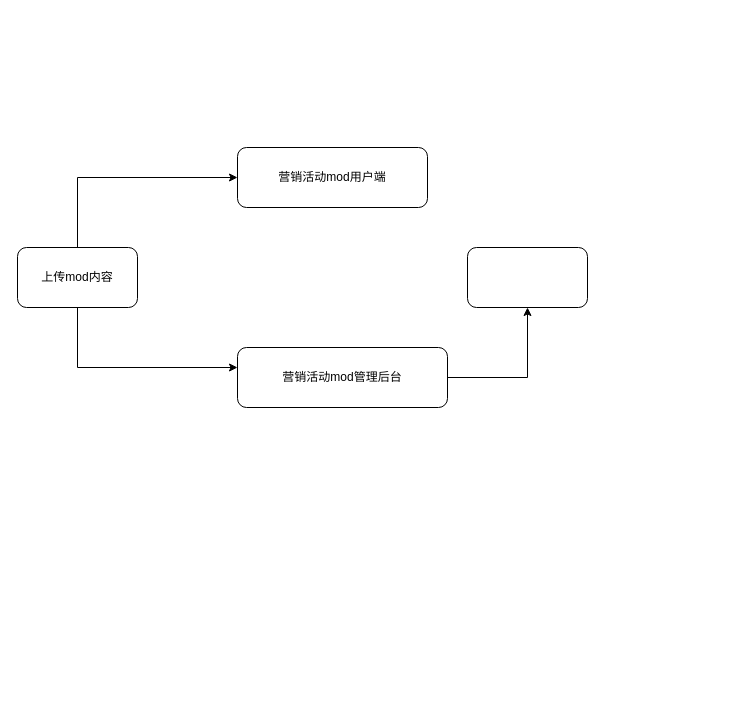
Earlier version of the draw.io diagram Untitled Diagram.drawio (osangel/check_value). Source tidied: cells renumbered, new cells numbered last; positions are measured from the earlier drawing's top-left corner, leaving out a move shared by most shapes. Both pictures are drawn from the tidied source at 100%, with x=0, y=0 at pixel (17, 147).
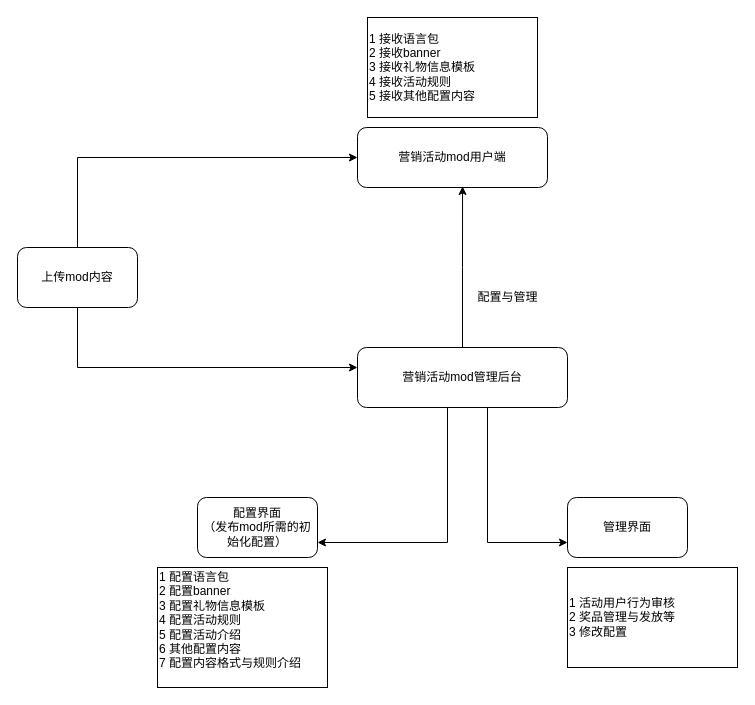
The same page after the edit.

Unchanged cells that the change refers to:
```xml
<mxCell id="4" value="上传mod内容" style="rounded=1;whiteSpace=wrap;html=1;" parent="1" vertex="1">
  <mxGeometry y="100" width="120" height="60" as="geometry" />
</mxCell>
```

Diff of the diagram source:
```diff
@@
     <mxCell id="3" style="edgeStyle=orthogonalEdgeStyle;rounded=0;jettySize=auto;html=1;entryX=0;entryY=0.5;entryDx=0;entryDy=0;" parent="1" edge="1" source="4" target="8">
       <mxGeometry relative="1" as="geometry">
         <Array as="points">
-          <mxPoint x="60" y="30" />
+          <mxPoint x="60" y="10" />
         </Array>
       </mxGeometry>
     </mxCell>
@@
-    <mxCell id="5" style="edgeStyle=orthogonalEdgeStyle;rounded=0;jettySize=auto;html=1;" parent="1" edge="1" source="6" target="7">
-      <mxGeometry relative="1" as="geometry" />
-    </mxCell>
+    <mxCell id="9" style="edgeStyle=orthogonalEdgeStyle;rounded=0;jettySize=auto;html=1;entryX=0.553;entryY=0.983;entryDx=0;entryDy=0;entryPerimeter=0;" parent="1" edge="1" source="6" target="8">
+      <mxGeometry relative="1" as="geometry" />
+    </mxCell>
+    <mxCell id="10" style="edgeStyle=orthogonalEdgeStyle;rounded=0;jettySize=auto;html=1;entryX=0;entryY=0.75;entryDx=0;entryDy=0;" parent="1" edge="1" source="6" target="16">
+      <mxGeometry relative="1" as="geometry">
+        <Array as="points">
+          <mxPoint x="470" y="395" />
+        </Array>
+      </mxGeometry>
+    </mxCell>
+    <mxCell id="11" style="edgeStyle=orthogonalEdgeStyle;rounded=0;jettySize=auto;html=1;entryX=1;entryY=0.75;entryDx=0;entryDy=0;" parent="1" edge="1" source="6" target="15">
+      <mxGeometry relative="1" as="geometry">
+        <Array as="points">
+          <mxPoint x="430" y="395" />
+        </Array>
+      </mxGeometry>
+    </mxCell>
     <mxCell id="6" value="营销活动mod管理后台" style="rounded=1;whiteSpace=wrap;html=1;" parent="1" vertex="1">
-      <mxGeometry x="220" y="200" width="210" height="60" as="geometry" />
+      <mxGeometry x="340" y="200" width="210" height="60" as="geometry" />
     </mxCell>
-    <mxCell id="7" style="rounded=1;whiteSpace=wrap;html=1;" parent="1" vertex="1">
-      <mxGeometry x="450" y="100" width="120" height="60" as="geometry" />
-    </mxCell>
     <mxCell id="8" value="营销活动mod用户端" style="rounded=1;whiteSpace=wrap;html=1;" parent="1" vertex="1">
-      <mxGeometry x="220" width="190" height="60" as="geometry" />
+      <mxGeometry x="340" y="-20" width="190" height="60" as="geometry" />
     </mxCell>
+    <mxCell id="12" value="配置与管理" style="text;html=1;align=center;verticalAlign=middle;" parent="1" vertex="1">
+      <mxGeometry x="450" y="140" width="80" height="20" as="geometry" />
+    </mxCell>
+    <mxCell id="13" value="1 接收语言包&lt;br&gt;&lt;div&gt;&lt;span&gt;2 接收banner&lt;/span&gt;&lt;/div&gt;&lt;div&gt;&lt;span&gt;3 接收礼物信息模板&lt;/span&gt;&lt;/div&gt;&lt;div&gt;&lt;span&gt;4 接收活动规则&lt;/span&gt;&lt;/div&gt;&lt;div&gt;&lt;span&gt;5 接收其他配置内容&lt;/span&gt;&lt;/div&gt;" style="rounded=0;whiteSpace=wrap;html=1;align=left;" parent="1" vertex="1">
+      <mxGeometry x="350" y="-130" width="170" height="100" as="geometry" />
+    </mxCell>
+    <mxCell id="14" value="1 配置语言包&lt;br&gt;&lt;div&gt;&lt;span&gt;2 配置banner&lt;/span&gt;&lt;/div&gt;&lt;div&gt;&lt;span&gt;3 配置礼物信息模板&lt;/span&gt;&lt;/div&gt;&lt;div&gt;&lt;span&gt;4 配置活动规则&lt;/span&gt;&lt;/div&gt;&lt;div&gt;&lt;span&gt;5 配置活动介绍&lt;/span&gt;&lt;/div&gt;&lt;div&gt;&lt;span&gt;6 其他配置内容&lt;/span&gt;&lt;/div&gt;&lt;div&gt;&lt;span&gt;7 配置内容格式与规则介绍&lt;/span&gt;&lt;/div&gt;&lt;div&gt;&lt;span&gt;&lt;br&gt;&lt;/span&gt;&lt;/div&gt;" style="rounded=0;whiteSpace=wrap;html=1;align=left;" parent="1" vertex="1">
+      <mxGeometry x="140" y="420" width="170" height="120" as="geometry" />
+    </mxCell>
+    <mxCell id="15" value="配置界面&lt;br&gt;（发布mod所需的初始化配置）" style="rounded=1;whiteSpace=wrap;html=1;" parent="1" vertex="1">
+      <mxGeometry x="180" y="350" width="120" height="60" as="geometry" />
+    </mxCell>
+    <mxCell id="16" value="管理界面" style="rounded=1;whiteSpace=wrap;html=1;" parent="1" vertex="1">
+      <mxGeometry x="550" y="350" width="120" height="60" as="geometry" />
+    </mxCell>
+    <mxCell id="17" value="1 活动用户行为审核&lt;br&gt;2 奖品管理与发放等&lt;br&gt;3 修改配置" style="rounded=0;whiteSpace=wrap;html=1;align=left;" parent="1" vertex="1">
+      <mxGeometry x="550" y="420" width="170" height="100" as="geometry" />
+    </mxCell>
```
